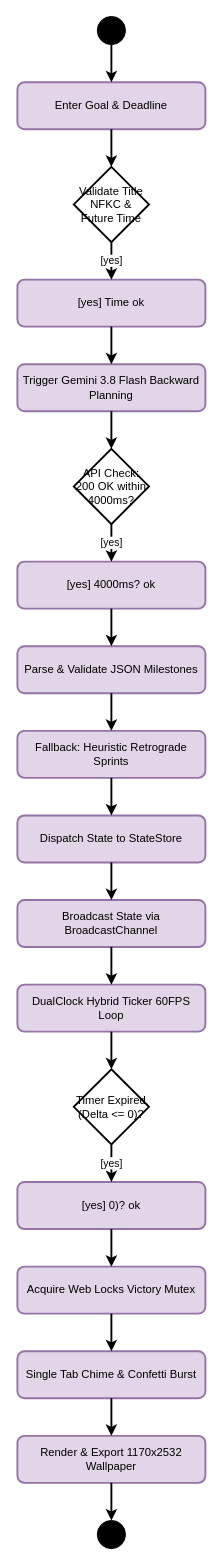
This is drawio/activity_diagram.drawio from piyushmakhija28/countdown-lockscreen-challenge, a draw.io file, before an edit. Source tidied: cells renumbered, new cells numbered last; positions are measured from the earlier drawing's top-left corner, leaving out a move shared by most shapes. Both pictures are drawn from the tidied source at 94%, with x=0, y=0 at pixel (17, 16).
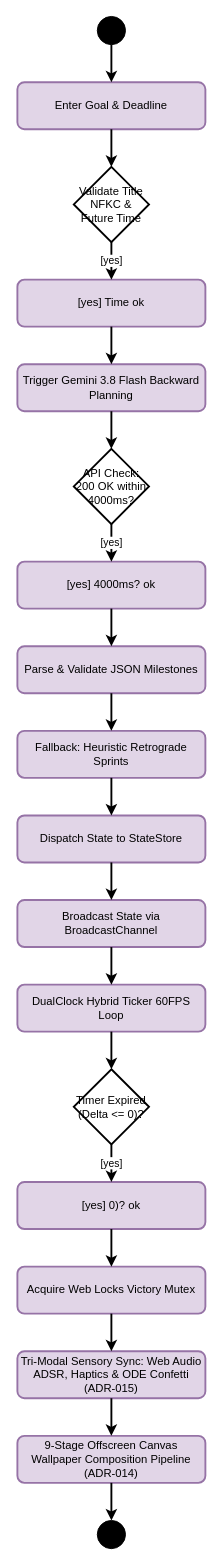
After the change.

The edit, as a diff of the source:
```diff
@@
-    <mxCell id="31" value="Single Tab Chime &amp; Confetti Burst" style="rounded=1;whiteSpace=wrap;html=1;fillColor=#E1D5E7;strokeColor=#9673A6;strokeWidth=2;" parent="1" vertex="1">
+    <mxCell id="31" value="Tri-Modal Sensory Sync: Web Audio ADSR, Haptics &amp; ODE Confetti (ADR-015)" style="rounded=1;whiteSpace=wrap;html=1;fillColor=#E1D5E7;strokeColor=#9673A6;strokeWidth=2;" parent="1" vertex="1">
       <mxGeometry y="1420" width="200" height="50" as="geometry" />
     </mxCell>
@@
-    <mxCell id="33" value="Render &amp; Export 1170x2532 Wallpaper" style="rounded=1;whiteSpace=wrap;html=1;fillColor=#E1D5E7;strokeColor=#9673A6;strokeWidth=2;" parent="1" vertex="1">
+    <mxCell id="33" value="9-Stage Offscreen Canvas Wallpaper Composition Pipeline (ADR-014)" style="rounded=1;whiteSpace=wrap;html=1;fillColor=#E1D5E7;strokeColor=#9673A6;strokeWidth=2;" parent="1" vertex="1">
       <mxGeometry y="1510" width="200" height="50" as="geometry" />
     </mxCell>
```
